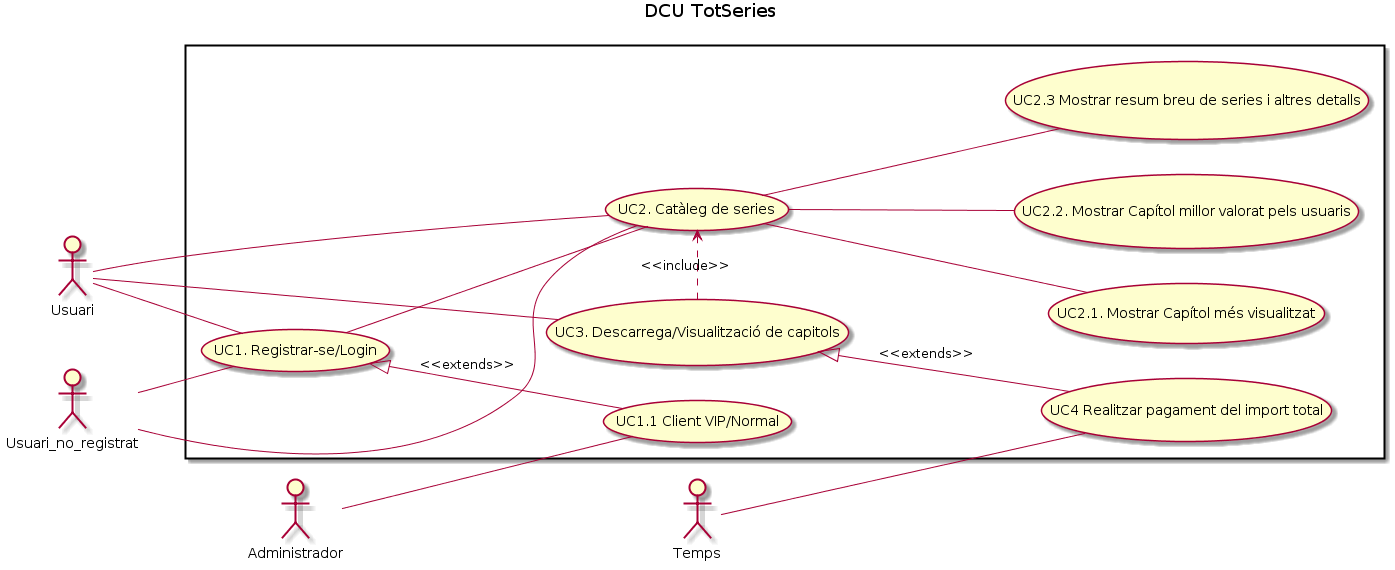
Before: Lab3/DCU/DCU-TotSeries.png, a diagram exported from PlantUML (Ralleg314/DS).
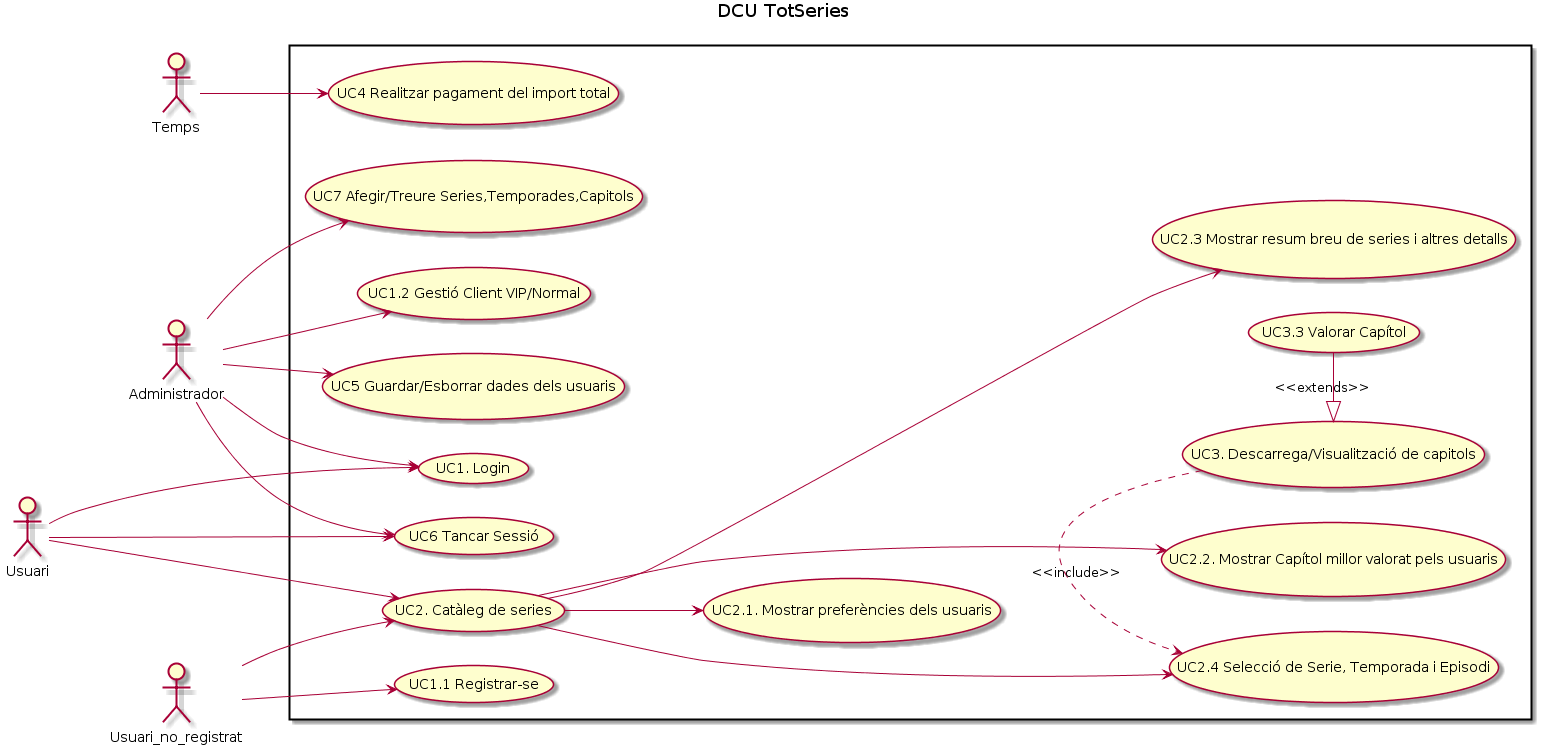
Later version of the same file.

Commit message:
Mod_DCU-Code+Mod_DCU-PNG

The edit, as a diff of the source:
```diff
@@ -1,42 +1,78 @@
 @startuml
-left to right direction
 title DCU TotSeries
 
-actor Usuari as user
-actor Temps as user2
-actor Administrador as user3
-actor Usuari_no_registrat as user4
+left to right direction
 
+actor Usuari as Usuari
+
+actor Temps as Temps
+
+actor Administrador as Admin
+
+actor Usuari_no_registrat as UsuariNR
 
 Rectangle {
-usecase (UC1. Registrar-se/Login) as UC1
-usecase (UC1.1 Client VIP/Normal) as UC1.1
+usecase (UC1. Login) as UC1
+
+usecase (UC1.1 Registrar-se) as UC1.1
+
+usecase (UC1.2 Gestió Client VIP/Normal) as UC1.2
 
 usecase (UC2. Catàleg de series) as UC2
-usecase (UC2.1. Mostrar Capítol més visualitzat) as UC21
+
+usecase (UC2.1. Mostrar preferències dels usuaris) as UC21
+
 usecase (UC2.2. Mostrar Capítol millor valorat pels usuaris) as UC22
 
 usecase (UC2.3 Mostrar resum breu de series i altres detalls) as UC23
+
+usecase (UC2.4 Selecció de Serie, Temporada i Episodi) as UC24
+
 usecase (UC3. Descarrega/Visualització de capitols) as UC3
 
+usecase (UC3.3 Valorar Capítol) as UC31
+
 usecase (UC4 Realitzar pagament del import total) as UC4
+
+usecase (UC5 Guardar/Esborrar dades dels usuaris) as UC5
+
+usecase (UC6 Tancar Sessió) as UC6
+
+usecase (UC7 Afegir/Treure Series,Temporades,Capitols) as UC7
 }
 
-user -- UC1
-user4 -- UC1
-user -- UC2
-user4 -- UC2
-UC1 <|-- UC1.1: <<extends>>
-UC1 -- UC2
+Usuari --> UC1
+
+Usuari ---> UC2
+
+Usuari ---> UC6
+
+UsuariNR --> UC1.1
+
+UsuariNR --> UC2
 
 
-user3 -- UC1.1
+Temps -> UC4
 
-UC2 -- UC21
-UC2 -- UC22
-UC2 -- UC23
-user - UC3
-UC3 .> UC2 : <<include>>
-user2 - UC4
-UC3 <|-- UC4: <<extends>>
+Admin --> UC1
+
+Admin -> UC1.2
+
+Admin -> UC5
+
+Admin --> UC6
+
+Admin --> UC7
+
+UC3 .> UC24 : <<include>>
+
+UC3 <|- UC31: <<extends>>
+
+UC2 --> UC21
+
+UC2 ---> UC22
+
+UC2 ---> UC23
+
+UC2 ---> UC24
 @enduml
```
